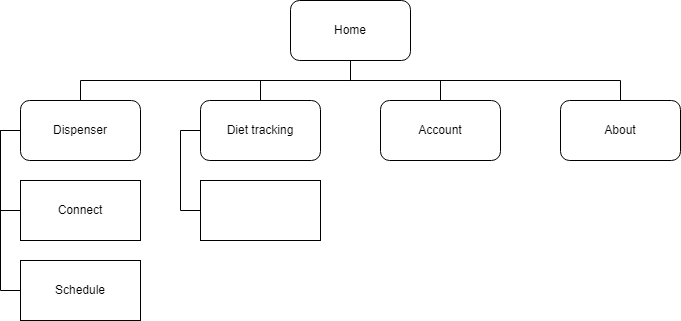
Before: sitemap.png, a diagram exported from draw.io (MotivKickstart/main). Source tidied: cells renumbered, new cells last; positions are measured from the earlier drawing's top-left corner, leaving out a move shared by most shapes.
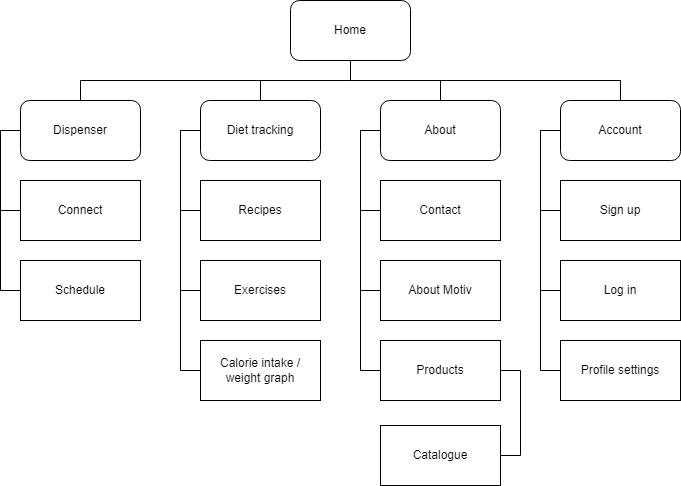
After the commit.

Change to the diagram source:
```diff
@@ -17,12 +17,27 @@
     <mxCell id="6" value="Home" style="rounded=1;whiteSpace=wrap;html=1;" parent="1" vertex="1">
       <mxGeometry x="270" width="120" height="60" as="geometry" />
     </mxCell>
+    <mxCell id="17" style="edgeStyle=orthogonalEdgeStyle;rounded=0;jettySize=auto;html=1;exitX=0;exitY=0.5;exitDx=0;exitDy=0;entryX=0;entryY=0.5;entryDx=0;entryDy=0;endArrow=none;endFill=0;" parent="1" edge="1" source="7" target="30">
+      <mxGeometry relative="1" as="geometry" />
+    </mxCell>
+    <mxCell id="18" style="edgeStyle=orthogonalEdgeStyle;rounded=0;jettySize=auto;html=1;exitX=0;exitY=0.5;exitDx=0;exitDy=0;entryX=0;entryY=0.5;entryDx=0;entryDy=0;endArrow=none;endFill=0;" parent="1" edge="1" source="7" target="31">
+      <mxGeometry relative="1" as="geometry" />
+    </mxCell>
+    <mxCell id="19" style="edgeStyle=orthogonalEdgeStyle;rounded=0;jettySize=auto;html=1;exitX=0;exitY=0.5;exitDx=0;exitDy=0;entryX=0;entryY=0.5;entryDx=0;entryDy=0;endArrow=none;endFill=0;" parent="1" edge="1" source="7" target="33">
+      <mxGeometry relative="1" as="geometry" />
+    </mxCell>
-    <mxCell id="7" value="Account" style="rounded=1;whiteSpace=wrap;html=1;" parent="1" vertex="1">
+    <mxCell id="7" value="About" style="rounded=1;whiteSpace=wrap;html=1;" parent="1" vertex="1">
       <mxGeometry x="360" y="100" width="120" height="60" as="geometry" />
     </mxCell>
     <mxCell id="8" style="edgeStyle=orthogonalEdgeStyle;rounded=0;jettySize=auto;html=1;exitX=0;exitY=0.5;exitDx=0;exitDy=0;entryX=0;entryY=0.5;entryDx=0;entryDy=0;endArrow=none;endFill=0;" parent="1" edge="1" source="9" target="14">
       <mxGeometry relative="1" as="geometry" />
     </mxCell>
+    <mxCell id="20" style="edgeStyle=orthogonalEdgeStyle;rounded=0;jettySize=auto;html=1;exitX=0;exitY=0.5;exitDx=0;exitDy=0;entryX=0;entryY=0.5;entryDx=0;entryDy=0;endArrow=none;endFill=0;" parent="1" edge="1" source="9" target="28">
+      <mxGeometry relative="1" as="geometry" />
+    </mxCell>
+    <mxCell id="21" style="edgeStyle=orthogonalEdgeStyle;rounded=0;jettySize=auto;html=1;exitX=0;exitY=0.5;exitDx=0;exitDy=0;entryX=0;entryY=0.5;entryDx=0;entryDy=0;endArrow=none;endFill=0;" parent="1" edge="1" source="9" target="29">
+      <mxGeometry relative="1" as="geometry" />
+    </mxCell>
     <mxCell id="9" value="Diet tracking" style="rounded=1;whiteSpace=wrap;html=1;" parent="1" vertex="1">
       <mxGeometry x="180" y="100" width="120" height="60" as="geometry" />
     </mxCell>
@@ -38,14 +53,53 @@
     <mxCell id="13" value="Connect" style="rounded=0;whiteSpace=wrap;html=1;" parent="1" vertex="1">
       <mxGeometry y="180" width="120" height="60" as="geometry" />
     </mxCell>
-    <mxCell id="14" style="rounded=0;whiteSpace=wrap;html=1;" parent="1" vertex="1">
+    <mxCell id="14" value="Recipes" style="rounded=0;whiteSpace=wrap;html=1;" parent="1" vertex="1">
       <mxGeometry x="180" y="180" width="120" height="60" as="geometry" />
     </mxCell>
     <mxCell id="15" value="Schedule" style="rounded=0;whiteSpace=wrap;html=1;" parent="1" vertex="1">
       <mxGeometry y="260" width="120" height="60" as="geometry" />
     </mxCell>
+    <mxCell id="22" style="edgeStyle=orthogonalEdgeStyle;rounded=0;jettySize=auto;html=1;exitX=0;exitY=0.5;exitDx=0;exitDy=0;entryX=0;entryY=0.5;entryDx=0;entryDy=0;endArrow=none;endFill=0;" parent="1" edge="1" source="16" target="25">
+      <mxGeometry relative="1" as="geometry" />
+    </mxCell>
+    <mxCell id="23" style="edgeStyle=orthogonalEdgeStyle;rounded=0;jettySize=auto;html=1;exitX=0;exitY=0.5;exitDx=0;exitDy=0;entryX=0;entryY=0.5;entryDx=0;entryDy=0;endArrow=none;endFill=0;" parent="1" edge="1" source="16" target="26">
+      <mxGeometry relative="1" as="geometry" />
+    </mxCell>
+    <mxCell id="24" style="edgeStyle=orthogonalEdgeStyle;rounded=0;jettySize=auto;html=1;exitX=0;exitY=0.5;exitDx=0;exitDy=0;entryX=0;entryY=0.5;entryDx=0;entryDy=0;endArrow=none;endFill=0;" parent="1" edge="1" source="16" target="27">
+      <mxGeometry relative="1" as="geometry" />
+    </mxCell>
-    <mxCell id="16" value="About" style="rounded=1;whiteSpace=wrap;html=1;" parent="1" vertex="1">
+    <mxCell id="16" value="Account" style="rounded=1;whiteSpace=wrap;html=1;" parent="1" vertex="1">
       <mxGeometry x="540" y="100" width="120" height="60" as="geometry" />
     </mxCell>
+    <mxCell id="25" value="Sign up" style="rounded=0;whiteSpace=wrap;html=1;" parent="1" vertex="1">
+      <mxGeometry x="540" y="180" width="120" height="60" as="geometry" />
+    </mxCell>
+    <mxCell id="26" value="Log in" style="rounded=0;whiteSpace=wrap;html=1;" parent="1" vertex="1">
+      <mxGeometry x="540" y="260" width="120" height="60" as="geometry" />
+    </mxCell>
+    <mxCell id="27" value="Profile settings" style="rounded=0;whiteSpace=wrap;html=1;" parent="1" vertex="1">
+      <mxGeometry x="540" y="340" width="120" height="60" as="geometry" />
+    </mxCell>
+    <mxCell id="28" value="Exercises" style="rounded=0;whiteSpace=wrap;html=1;" parent="1" vertex="1">
+      <mxGeometry x="180" y="260" width="120" height="60" as="geometry" />
+    </mxCell>
+    <mxCell id="29" value="Calorie intake /&lt;br&gt;weight graph" style="rounded=0;whiteSpace=wrap;html=1;" parent="1" vertex="1">
+      <mxGeometry x="180" y="340" width="120" height="60" as="geometry" />
+    </mxCell>
+    <mxCell id="30" value="Contact" style="rounded=0;whiteSpace=wrap;html=1;" parent="1" vertex="1">
+      <mxGeometry x="360" y="180" width="120" height="60" as="geometry" />
+    </mxCell>
+    <mxCell id="31" value="About Motiv" style="rounded=0;whiteSpace=wrap;html=1;" parent="1" vertex="1">
+      <mxGeometry x="360" y="260" width="120" height="60" as="geometry" />
+    </mxCell>
+    <mxCell id="32" style="edgeStyle=orthogonalEdgeStyle;rounded=0;jettySize=auto;html=1;exitX=1;exitY=0.5;exitDx=0;exitDy=0;entryX=1;entryY=0.5;entryDx=0;entryDy=0;endArrow=none;endFill=0;" parent="1" edge="1" source="33" target="34">
+      <mxGeometry relative="1" as="geometry" />
+    </mxCell>
+    <mxCell id="33" value="Products" style="rounded=0;whiteSpace=wrap;html=1;" parent="1" vertex="1">
+      <mxGeometry x="360" y="340" width="120" height="60" as="geometry" />
+    </mxCell>
+    <mxCell id="34" value="Catalogue" style="rounded=0;whiteSpace=wrap;html=1;" parent="1" vertex="1">
+      <mxGeometry x="360" y="425" width="120" height="60" as="geometry" />
+    </mxCell>
   </root>
 </mxGraphModel>
```
